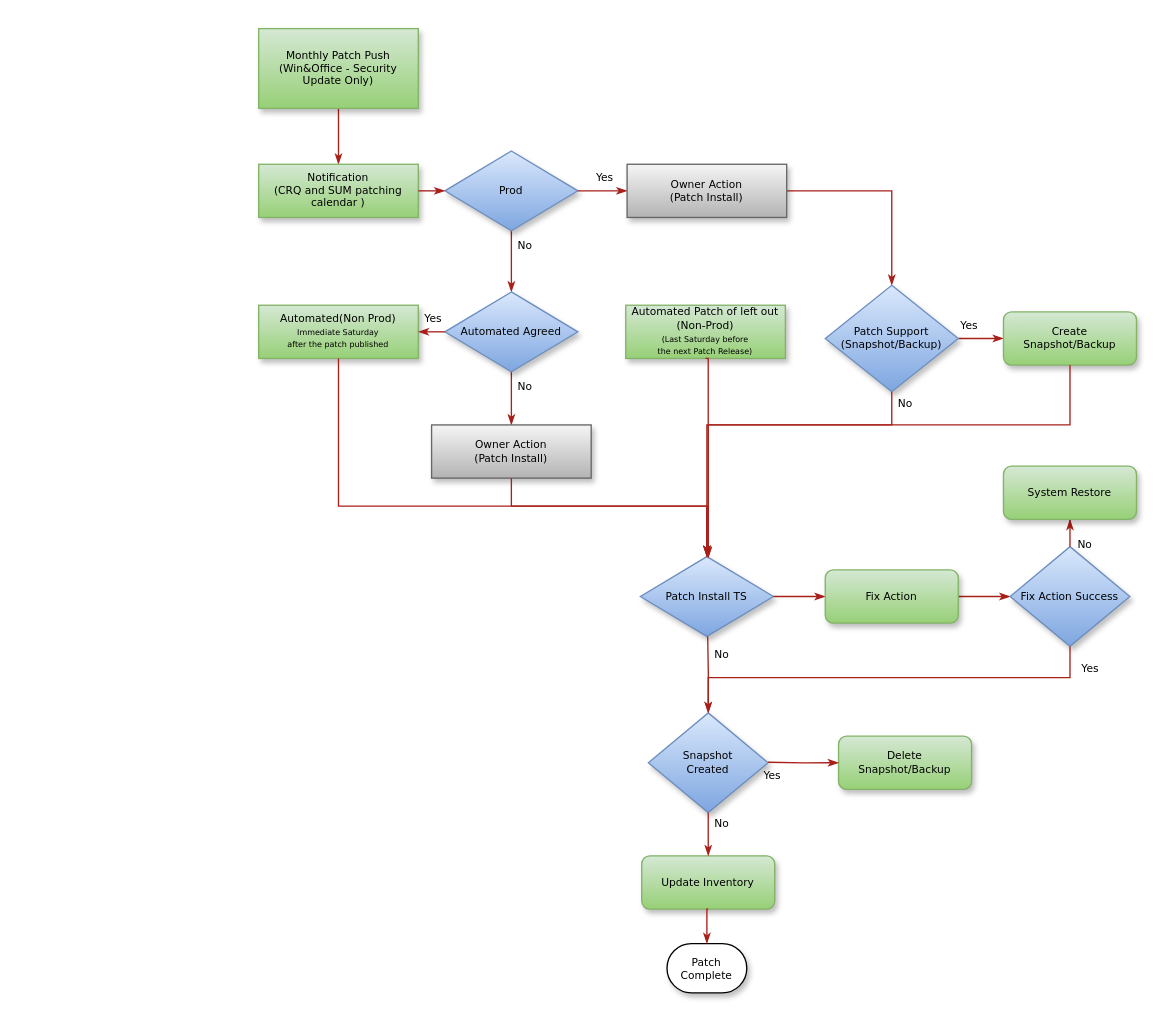
Earlier version of the draw.io diagram Untitled Diagram.drawio (leoshafe06/CafeJaras). Source tidied: cells renumbered, new cells numbered last; positions are measured from the earlier drawing's top-left corner, leaving out a move shared by most shapes. Both pictures are drawn from the tidied source at 133%, with x=0, y=0 at pixel (258, 28). Pictures stored in the file or linked from it are replaced by grey dashed boxes.
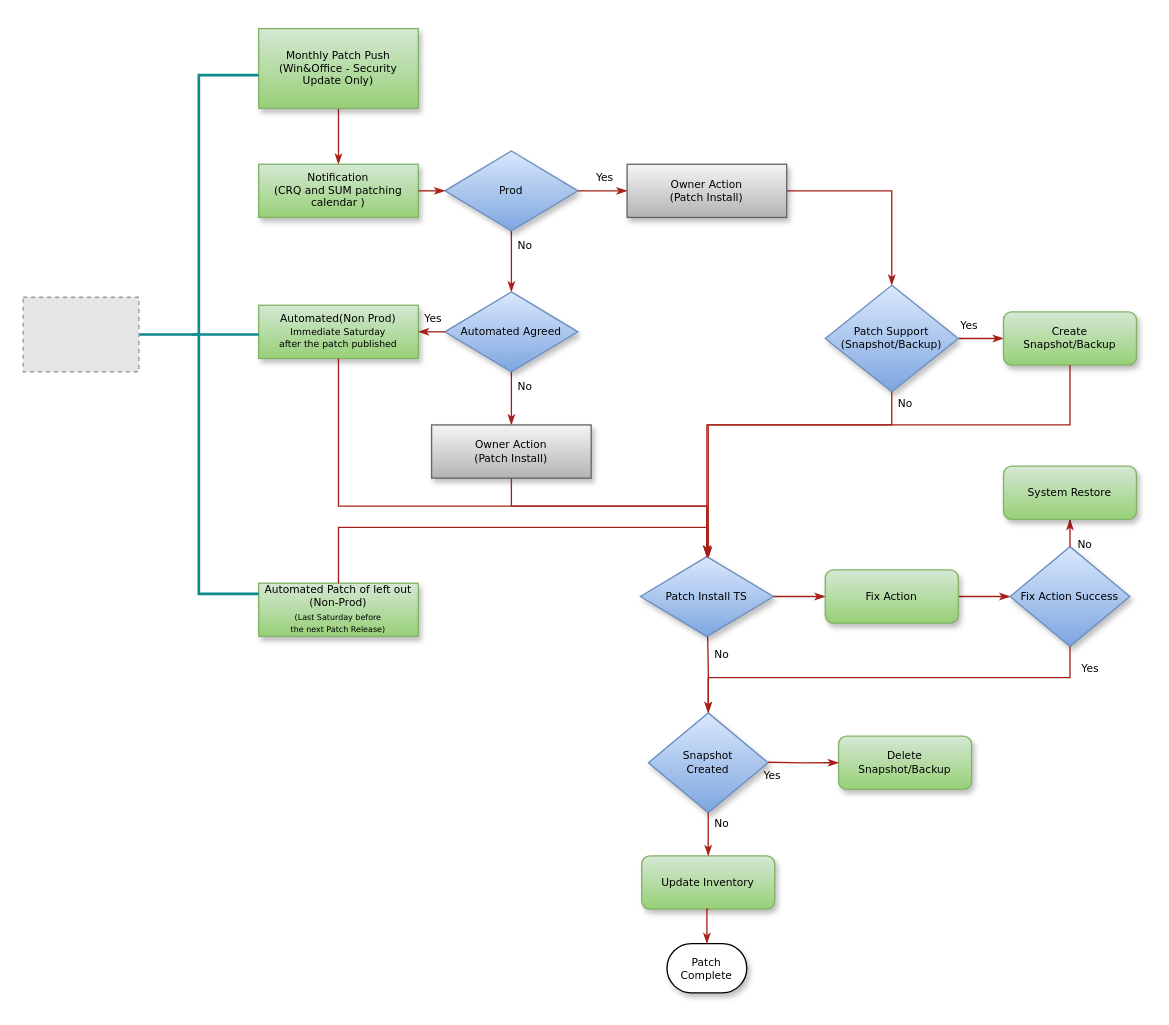
After the change.

Unchanged cells that the change refers to:
```xml
<mxCell id="19" value="Patch Install TS" style="rhombus;whiteSpace=wrap;html=1;rounded=0;shadow=1;labelBackgroundColor=none;strokeWidth=1;fontFamily=Verdana;fontSize=8;align=center;fillColor=#dae8fc;strokeColor=#6c8ebf;gradientColor=#7ea6e0;" parent="1" vertex="1">
  <mxGeometry x="287" y="397" width="100" height="60" as="geometry" />
</mxCell>
```

The edit, as a diff of the source:
```diff
@@
-    <mxCell id="9" value="Automated(Non Prod)&lt;br&gt;&lt;font style=&quot;font-size: 6px;&quot;&gt;Immediate Saturday&lt;br&gt;after the patch published&lt;/font&gt;" style="whiteSpace=wrap;html=1;rounded=0;shadow=1;labelBackgroundColor=none;strokeWidth=1;fontFamily=Verdana;fontSize=8;align=center;fillColor=#d5e8d4;strokeColor=#82b366;gradientColor=#97d077;" parent="1" vertex="1">
+    <mxCell id="9" value="Automated(Non Prod)&lt;br&gt;&lt;font style=&quot;font-size: 7px;&quot;&gt;Immediate Saturday&lt;br&gt;after the patch published&lt;/font&gt;" style="whiteSpace=wrap;html=1;rounded=0;shadow=1;labelBackgroundColor=none;strokeWidth=1;fontFamily=Verdana;fontSize=8;align=center;fillColor=#d5e8d4;strokeColor=#82b366;gradientColor=#97d077;" parent="1" vertex="1">
       <mxGeometry y="208" width="120" height="40" as="geometry" />
     </mxCell>
@@
     <mxCell id="30" value="Automated Patch of left out&lt;br style=&quot;border-color: var(--border-color);&quot;&gt;(Non-Prod)&lt;br style=&quot;border-color: var(--border-color);&quot;&gt;&lt;font style=&quot;border-color: var(--border-color); font-size: 6px;&quot;&gt;(Last Saturday before&lt;br style=&quot;border-color: var(--border-color);&quot;&gt;the next Patch Release)&lt;/font&gt;" style="whiteSpace=wrap;html=1;rounded=0;shadow=1;labelBackgroundColor=none;strokeWidth=1;fontFamily=Verdana;fontSize=8;align=center;fillColor=#d5e8d4;strokeColor=#82b366;gradientColor=#97d077;" parent="1" vertex="1">
-      <mxGeometry x="276" y="208" width="120" height="40" as="geometry" />
+      <mxGeometry y="417" width="120" height="40" as="geometry" />
     </mxCell>
-    <mxCell id="31" style="edgeStyle=orthogonalEdgeStyle;rounded=0;html=1;labelBackgroundColor=none;startSize=5;endArrow=classicThin;endFill=1;endSize=5;jettySize=auto;strokeWidth=1;fontFamily=Verdana;fontSize=8;exitX=0.5;exitY=1;exitDx=0;exitDy=0;strokeColor=#A8201A;fontColor=default;" parent="1" edge="1" source="30" target="19">
+    <mxCell id="31" style="edgeStyle=orthogonalEdgeStyle;rounded=0;html=1;labelBackgroundColor=none;startSize=5;endArrow=classicThin;endFill=1;endSize=5;jettySize=auto;strokeWidth=1;fontFamily=Verdana;fontSize=8;exitX=0.5;exitY=0;exitDx=0;exitDy=0;strokeColor=#A8201A;fontColor=default;" parent="1" edge="1" source="30" target="19">
       <mxGeometry x="0.02" y="-10" relative="1" as="geometry">
         <Array as="points">
-          <mxPoint x="338" y="248" />
+          <mxPoint x="60" y="375" />
+          <mxPoint x="338" y="375" />
         </Array>
       </mxGeometry>
     </mxCell>
@@
+    <mxCell id="41" style="strokeWidth=2;html=1;shape=mxgraph.flowchart.annotation_2;align=left;labelPosition=right;strokeColor=#0F8B8D;fontColor=#143642;fillColor=#FAE5C7;" parent="1" vertex="1">
+      <mxGeometry x="-90" y="35" width="90" height="390" as="geometry" />
+    </mxCell>
+    <mxCell id="42" style="line;strokeWidth=2;html=1;perimeter=backbonePerimeter;strokeColor=#0F8B8D;fontColor=#143642;fillColor=#FAE5C7;" parent="1" vertex="1">
+      <mxGeometry x="-50" y="225" width="50" height="10" as="geometry" />
+    </mxCell>
+    <mxCell id="43" style="fillColor=#E6E6E6;strokeColor=#999999;dashed=1;verticalLabelPosition=bottom;labelBackgroundColor=default;verticalAlign=top;" parent="1" vertex="1">
+      <mxGeometry x="-177.1" y="202" width="87.1" height="56" as="geometry" />
+    </mxCell>
```
